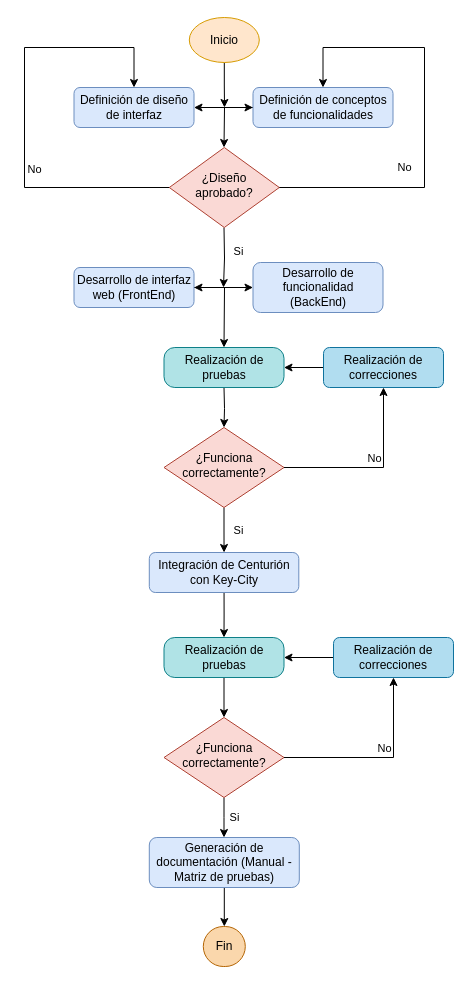
Earlier version of the draw.io diagram DiagramaCenturion2.drawio (ChirinosM/Prueba). Source tidied: cells renumbered, new cells numbered last; positions are measured from the earlier drawing's top-left corner, leaving out a move shared by most shapes. Both pictures are drawn from the tidied source at 100%, with x=0, y=0 at pixel (24, 17).
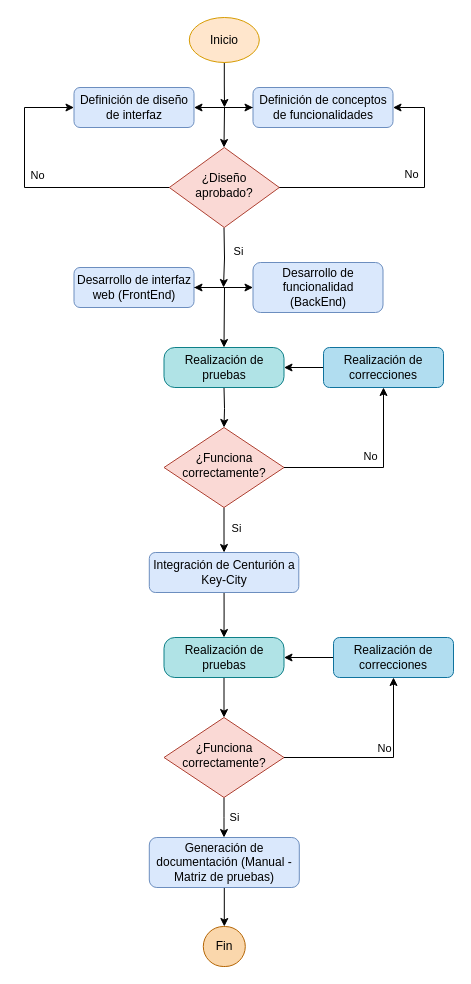
After the change.

Unchanged cells that the change refers to:
```xml
<mxCell id="2" value="Definición de diseño de interfaz" style="rounded=1;whiteSpace=wrap;html=1;fontSize=12;glass=0;strokeWidth=1;shadow=0;fillColor=#dae8fc;strokeColor=#6c8ebf;" parent="1" vertex="1">
  <mxGeometry x="49.5" y="70" width="120" height="40" as="geometry" />
</mxCell>
<mxCell id="15" value="Definición de conceptos de funcionalidades" style="rounded=1;whiteSpace=wrap;html=1;fontSize=12;glass=0;strokeWidth=1;shadow=0;fillColor=#dae8fc;strokeColor=#6c8ebf;" parent="1" vertex="1">
  <mxGeometry x="228.5" y="70" width="140" height="40" as="geometry" />
</mxCell>
<mxCell id="26" style="edgeStyle=orthogonalEdgeStyle;rounded=0;jettySize=auto;html=1;exitX=1;exitY=0.5;exitDx=0;exitDy=0;" parent="1" edge="1" source="30" target="19">
  <mxGeometry relative="1" as="geometry" />
</mxCell>
<mxCell id="28" style="edgeStyle=orthogonalEdgeStyle;rounded=0;jettySize=auto;html=1;exitX=0.5;exitY=1;exitDx=0;exitDy=0;entryX=0.5;entryY=0;entryDx=0;entryDy=0;" parent="1" edge="1" source="30" target="12">
  <mxGeometry relative="1" as="geometry" />
</mxCell>
```

The edit, as a diff of the source:
```diff
@@
-    <mxCell id="3" style="edgeStyle=orthogonalEdgeStyle;rounded=0;jettySize=auto;html=1;exitX=1;exitY=0.5;exitDx=0;exitDy=0;entryX=0.5;entryY=0;entryDx=0;entryDy=0;" parent="1" edge="1" target="15">
+    <mxCell id="3" style="edgeStyle=orthogonalEdgeStyle;rounded=0;jettySize=auto;html=1;exitX=1;exitY=0.5;exitDx=0;exitDy=0;entryX=1;entryY=0.5;entryDx=0;entryDy=0;" parent="1" edge="1" target="15">
       <mxGeometry relative="1" as="geometry">
         <mxPoint x="249.5" y="170" as="sourcePoint" />
         <Array as="points">
           <mxPoint x="400" y="170" />
-          <mxPoint x="400" y="30" />
-          <mxPoint x="299" y="30" />
+          <mxPoint x="400" y="90" />
         </Array>
       </mxGeometry>
     </mxCell>
     <mxCell id="4" value="No" style="edgeLabel;html=1;align=center;verticalAlign=middle;" parent="3" vertex="1">
       <mxGeometry y="2" relative="1" as="geometry">
-        <mxPoint x="-19" y="45" as="offset" />
+        <mxPoint x="6" y="-12" as="offset" />
       </mxGeometry>
     </mxCell>
-    <mxCell id="5" style="edgeStyle=orthogonalEdgeStyle;rounded=0;jettySize=auto;html=1;exitX=0;exitY=0.5;exitDx=0;exitDy=0;entryX=0.5;entryY=0;entryDx=0;entryDy=0;" parent="1" edge="1" target="2">
+    <mxCell id="5" style="edgeStyle=orthogonalEdgeStyle;rounded=0;jettySize=auto;html=1;exitX=0;exitY=0.5;exitDx=0;exitDy=0;entryX=0;entryY=0.5;entryDx=0;entryDy=0;" parent="1" edge="1" target="2">
       <mxGeometry relative="1" as="geometry">
         <mxPoint x="149.5" y="170" as="sourcePoint" />
         <Array as="points">
           <mxPoint y="170" />
-          <mxPoint y="30" />
-          <mxPoint x="110" y="30" />
+          <mxPoint y="90" />
         </Array>
       </mxGeometry>
     </mxCell>
     <mxCell id="6" value="No" style="edgeLabel;html=1;align=center;verticalAlign=middle;" parent="5" vertex="1">
       <mxGeometry x="-0.02" y="2" relative="1" as="geometry">
-        <mxPoint x="11" y="47" as="offset" />
+        <mxPoint y="-15" as="offset" />
       </mxGeometry>
     </mxCell>
@@
-    <mxCell id="12" value="Integración de Centurión con Key-City" style="rounded=1;whiteSpace=wrap;html=1;fontSize=12;glass=0;strokeWidth=1;shadow=0;fillColor=#dae8fc;strokeColor=#6c8ebf;" parent="1" vertex="1">
+    <mxCell id="12" value="Integración de Centurión a Key-City" style="rounded=1;whiteSpace=wrap;html=1;fontSize=12;glass=0;strokeWidth=1;shadow=0;fillColor=#dae8fc;strokeColor=#6c8ebf;" parent="1" vertex="1">
       <mxGeometry x="124.8" y="535" width="149.5" height="40" as="geometry" />
     </mxCell>
@@
     <mxCell id="27" value="No" style="edgeLabel;html=1;align=center;verticalAlign=middle;" parent="26" vertex="1">
       <mxGeometry x="0.1" y="1" relative="1" as="geometry">
-        <mxPoint x="-9" y="-9" as="offset" />
+        <mxPoint x="-13" y="-11" as="offset" />
       </mxGeometry>
     </mxCell>
@@
     <mxCell id="29" value="Si" style="edgeLabel;html=1;align=center;verticalAlign=middle;" parent="28" vertex="1">
       <mxGeometry y="1" relative="1" as="geometry">
-        <mxPoint x="13" as="offset" />
+        <mxPoint x="11" y="-2" as="offset" />
       </mxGeometry>
     </mxCell>
```
